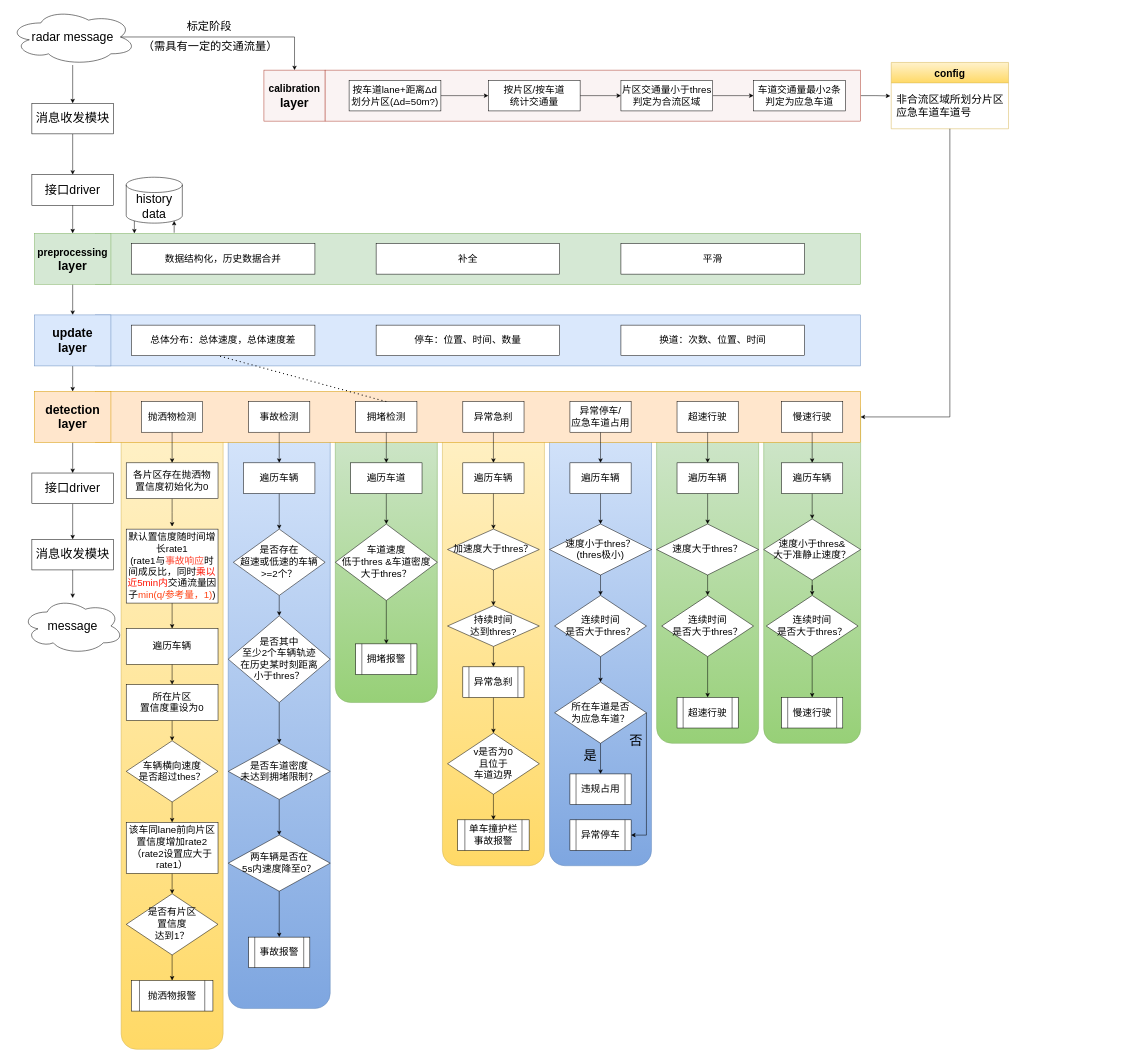
Above: page "v3.0" (1 of 2) of docs/algorithms_logic.drawio in Ruyi-Feng/spill-detection (draw.io), before the change. Source tidied: cells renumbered, new cells numbered last; positions are measured from the earlier drawing's top-left corner, leaving out a move shared by most shapes. Both pictures are drawn from the tidied source at 51%, with x=0, y=0 at pixel (9, 9).
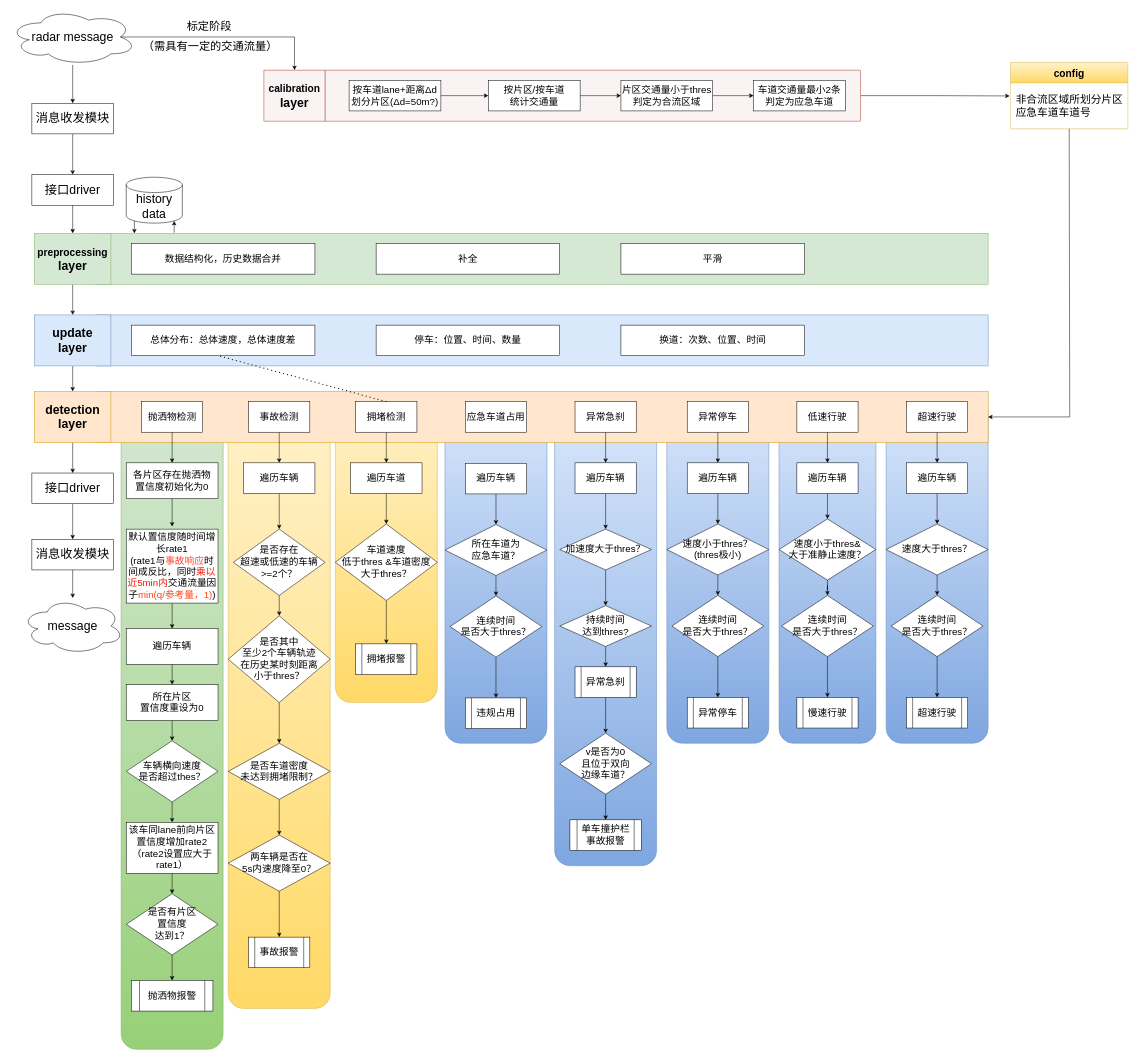
The same page after the edit.

Commit message (it also covers changes not shown here):
docs: update algorithm logic

Diff of the diagram source:
```diff
@@
+    <mxCell id="138" style="rounded=1;whiteSpace=wrap;html=1;fillColor=#dae8fc;strokeColor=#6c8ebf;gradientColor=#7ea6e0;" parent="1" vertex="1">
+      <mxGeometry x="855" y="761" width="200" height="679" as="geometry" />
+    </mxCell>
-    <mxCell id="2" style="rounded=1;whiteSpace=wrap;html=1;fillColor=#d5e8d4;strokeColor=#82b366;gradientColor=#97d077;" parent="1" vertex="1">
-      <mxGeometry x="1480" y="760" width="190" height="680" as="geometry" />
+    <mxCell id="2" style="rounded=1;whiteSpace=wrap;html=1;fillColor=#dae8fc;strokeColor=#6c8ebf;gradientColor=#7ea6e0;" parent="1" vertex="1">
+      <mxGeometry x="1510" y="760" width="190" height="680" as="geometry" />
     </mxCell>
     <mxCell id="3" style="rounded=0;whiteSpace=wrap;html=1;fontSize=24;fontStyle=1;fillColor=#dae8fc;strokeColor=#6c8ebf;" parent="1" vertex="1">
-      <mxGeometry x="170" y="600" width="1500" height="100" as="geometry" />
+      <mxGeometry x="170" y="600" width="1750" height="100" as="geometry" />
     </mxCell>
     <mxCell id="4" style="rounded=0;whiteSpace=wrap;html=1;fontSize=24;fontStyle=1;fillColor=#d5e8d4;strokeColor=#82b366;" parent="1" vertex="1">
-      <mxGeometry x="170" y="440" width="1500" height="100" as="geometry" />
+      <mxGeometry x="170" y="440" width="1750" height="100" as="geometry" />
     </mxCell>
-    <mxCell id="5" style="rounded=1;whiteSpace=wrap;html=1;fillColor=#d5e8d4;strokeColor=#82b366;gradientColor=#97d077;" parent="1" vertex="1">
-      <mxGeometry x="1270" y="760" width="200" height="680" as="geometry" />
+    <mxCell id="5" style="rounded=1;whiteSpace=wrap;html=1;fillColor=#dae8fc;strokeColor=#6c8ebf;gradientColor=#7ea6e0;" parent="1" vertex="1">
+      <mxGeometry x="1720" y="760" width="200" height="680" as="geometry" />
     </mxCell>
     <mxCell id="6" style="rounded=1;whiteSpace=wrap;html=1;fillColor=#dae8fc;strokeColor=#6c8ebf;gradientColor=#7ea6e0;" parent="1" vertex="1">
-      <mxGeometry x="1060" y="760" width="200" height="920" as="geometry" />
+      <mxGeometry x="1290" y="760" width="200" height="680" as="geometry" />
     </mxCell>
-    <mxCell id="7" style="rounded=1;whiteSpace=wrap;html=1;fillColor=#d5e8d4;strokeColor=#82b366;gradientColor=#97d077;" parent="1" vertex="1">
+    <mxCell id="7" style="rounded=1;whiteSpace=wrap;html=1;fillColor=#fff2cc;strokeColor=#d6b656;gradientColor=#ffd966;" parent="1" vertex="1">
       <mxGeometry x="640" y="760" width="200" height="600" as="geometry" />
     </mxCell>
-    <mxCell id="8" style="rounded=1;whiteSpace=wrap;html=1;fillColor=#fff2cc;strokeColor=#d6b656;gradientColor=#ffd966;" parent="1" vertex="1">
-      <mxGeometry x="850" y="760" width="200" height="920" as="geometry" />
+    <mxCell id="8" style="rounded=1;whiteSpace=wrap;html=1;fillColor=#dae8fc;strokeColor=#6c8ebf;gradientColor=#7ea6e0;" parent="1" vertex="1">
+      <mxGeometry x="1070" y="760" width="200" height="920" as="geometry" />
     </mxCell>
-    <mxCell id="9" style="rounded=1;whiteSpace=wrap;html=1;fillColor=#dae8fc;strokeColor=#6c8ebf;gradientColor=#7ea6e0;" parent="1" vertex="1">
+    <mxCell id="9" style="rounded=1;whiteSpace=wrap;html=1;fillColor=#fff2cc;strokeColor=#d6b656;gradientColor=#ffd966;" parent="1" vertex="1">
       <mxGeometry x="430" y="760" width="200" height="1200" as="geometry" />
     </mxCell>
-    <mxCell id="10" style="rounded=1;whiteSpace=wrap;html=1;fillColor=#fff2cc;strokeColor=#d6b656;gradientColor=#ffd966;" parent="1" vertex="1">
+    <mxCell id="10" style="rounded=1;whiteSpace=wrap;html=1;fillColor=#d5e8d4;strokeColor=#82b366;gradientColor=#97d077;" parent="1" vertex="1">
       <mxGeometry x="220" y="760" width="200" height="1280" as="geometry" />
     </mxCell>
     <mxCell id="11" style="rounded=0;whiteSpace=wrap;html=1;fontSize=24;fontStyle=1;fillColor=#ffe6cc;strokeColor=#d79b00;" parent="1" vertex="1">
-      <mxGeometry x="170" y="750" width="1500" height="100" as="geometry" />
+      <mxGeometry x="170" y="750" width="1750" height="100" as="geometry" />
     </mxCell>
@@
     <mxCell id="18" value="异常急刹" style="rounded=0;whiteSpace=wrap;html=1;fontSize=19;" parent="1" vertex="1">
-      <mxGeometry x="890" y="770" width="120" height="60" as="geometry" />
+      <mxGeometry x="1110" y="770" width="120" height="60" as="geometry" />
     </mxCell>
@@
-    <mxCell id="20" value="异常停车/&lt;br&gt;应急车道占用" style="rounded=0;whiteSpace=wrap;html=1;fontSize=19;" parent="1" vertex="1">
-      <mxGeometry x="1100" y="770" width="120" height="60" as="geometry" />
+    <mxCell id="20" value="异常停车" style="rounded=0;whiteSpace=wrap;html=1;fontSize=19;" parent="1" vertex="1">
+      <mxGeometry x="1330" y="770" width="120" height="60" as="geometry" />
     </mxCell>
@@
     <mxCell id="63" value="遍历车辆" style="rounded=0;whiteSpace=wrap;html=1;fontSize=19;" parent="1" vertex="1">
-      <mxGeometry x="890" y="890" width="120" height="60" as="geometry" />
+      <mxGeometry x="1110" y="890" width="120" height="60" as="geometry" />
     </mxCell>
@@
     <mxCell id="65" value="加速度大于thres？" style="rhombus;whiteSpace=wrap;html=1;fontSize=19;rounded=0;" parent="1" vertex="1">
-      <mxGeometry x="860" y="1020" width="180" height="80" as="geometry" />
+      <mxGeometry x="1080" y="1020" width="180" height="80" as="geometry" />
     </mxCell>
@@
     <mxCell id="67" value="异常急刹" style="shape=process;whiteSpace=wrap;html=1;backgroundOutline=1;fontSize=19;rounded=0;" parent="1" vertex="1">
-      <mxGeometry x="890" y="1290" width="120" height="60" as="geometry" />
+      <mxGeometry x="1110" y="1290" width="120" height="60" as="geometry" />
     </mxCell>
@@
     <mxCell id="69" value="遍历车辆" style="rounded=0;whiteSpace=wrap;html=1;fontSize=19;" parent="1" vertex="1">
-      <mxGeometry x="1100" y="890" width="120" height="60" as="geometry" />
+      <mxGeometry x="1330" y="890" width="120" height="60" as="geometry" />
     </mxCell>
@@
     <mxCell id="71" value="速度小于thres？&lt;br&gt;(thres极小)" style="rhombus;whiteSpace=wrap;html=1;fontSize=19;rounded=0;" parent="1" vertex="1">
-      <mxGeometry x="1060" y="1010" width="200" height="100" as="geometry" />
+      <mxGeometry x="1290" y="1010" width="200" height="100" as="geometry" />
     </mxCell>
-    <mxCell id="72" style="edgeStyle=orthogonalEdgeStyle;rounded=0;jettySize=auto;html=1;exitX=0.5;exitY=1;exitDx=0;exitDy=0;" parent="1" edge="1" source="101" target="75">
-      <mxGeometry relative="1" as="geometry" />
-    </mxCell>
-    <mxCell id="73" style="edgeStyle=orthogonalEdgeStyle;rounded=0;jettySize=auto;html=1;" parent="1" edge="1" source="74" target="101">
+    <mxCell id="73" style="edgeStyle=orthogonalEdgeStyle;rounded=0;jettySize=auto;html=1;entryX=0.5;entryY=0;entryDx=0;entryDy=0;" parent="1" edge="1" source="74" target="97">
       <mxGeometry relative="1" as="geometry" />
     </mxCell>
     <mxCell id="74" value="连续时间&lt;br&gt;是否大于thres？" style="rhombus;whiteSpace=wrap;html=1;fontSize=19;rounded=0;" parent="1" vertex="1">
-      <mxGeometry x="1070" y="1150" width="180" height="120" as="geometry" />
+      <mxGeometry x="1300" y="1150" width="180" height="120" as="geometry" />
     </mxCell>
-    <mxCell id="75" value="违规占用" style="shape=process;whiteSpace=wrap;html=1;backgroundOutline=1;fontSize=19;rounded=0;" parent="1" vertex="1">
-      <mxGeometry x="1100" y="1500" width="120" height="60" as="geometry" />
-    </mxCell>
@@
-    <mxCell id="90" value="v是否为0&lt;br&gt;且位于&lt;br&gt;车道边界" style="rhombus;whiteSpace=wrap;html=1;fontSize=19;rounded=0;" parent="1" vertex="1">
-      <mxGeometry x="860" y="1420" width="180" height="120" as="geometry" />
+    <mxCell id="90" value="v是否为0&lt;br&gt;且位于双向&lt;br&gt;边缘车道？" style="rhombus;whiteSpace=wrap;html=1;fontSize=19;rounded=0;" parent="1" vertex="1">
+      <mxGeometry x="1080" y="1420" width="180" height="120" as="geometry" />
     </mxCell>
     <mxCell id="91" value="单车撞护栏&lt;br&gt;事故报警" style="shape=process;whiteSpace=wrap;html=1;backgroundOutline=1;fontSize=19;rounded=0;" parent="1" vertex="1">
-      <mxGeometry x="880" y="1590" width="140" height="60" as="geometry" />
+      <mxGeometry x="1100" y="1590" width="140" height="60" as="geometry" />
     </mxCell>
@@
-    <mxCell id="96" value="&lt;font style=&quot;font-size: 26px;&quot;&gt;是&lt;/font&gt;" style="text;html=1;strokeColor=none;fillColor=none;align=center;verticalAlign=middle;whiteSpace=wrap;rounded=0;" parent="1" vertex="1">
-      <mxGeometry x="1110" y="1450" width="60" height="30" as="geometry" />
-    </mxCell>
     <mxCell id="97" value="异常停车" style="shape=process;whiteSpace=wrap;html=1;backgroundOutline=1;fontSize=19;rounded=0;" parent="1" vertex="1">
-      <mxGeometry x="1100" y="1590" width="120" height="60" as="geometry" />
+      <mxGeometry x="1330" y="1350" width="120" height="60" as="geometry" />
     </mxCell>
-    <mxCell id="98" value="&lt;font style=&quot;font-size: 26px;&quot;&gt;否&lt;/font&gt;" style="text;html=1;strokeColor=none;fillColor=none;align=center;verticalAlign=middle;whiteSpace=wrap;rounded=0;" parent="1" vertex="1">
-      <mxGeometry x="1200" y="1420" width="60" height="30" as="geometry" />
-    </mxCell>
@@
     <mxCell id="100" value="持续时间&lt;br&gt;达到thres?" style="rhombus;whiteSpace=wrap;html=1;fontSize=19;rounded=0;" parent="1" vertex="1">
-      <mxGeometry x="860" y="1170" width="180" height="80" as="geometry" />
+      <mxGeometry x="1080" y="1170" width="180" height="80" as="geometry" />
     </mxCell>
-    <mxCell id="101" value="所在车道是否&lt;br&gt;为应急车道？" style="rhombus;whiteSpace=wrap;html=1;fontSize=19;rounded=0;" parent="1" vertex="1">
-      <mxGeometry x="1070" y="1320" width="180" height="120" as="geometry" />
-    </mxCell>
-    <mxCell id="102" style="endArrow=classic;html=1;rounded=0;exitX=1;exitY=0.5;exitDx=0;exitDy=0;entryX=1;entryY=0.5;entryDx=0;entryDy=0;" parent="1" edge="1" source="101" target="97">
-      <mxGeometry relative="1" as="geometry">
-        <Array as="points">
-          <mxPoint x="1250" y="1620" />
-        </Array>
-      </mxGeometry>
-    </mxCell>
@@
     <mxCell id="104" value="超速行驶" style="rounded=0;whiteSpace=wrap;html=1;fontSize=19;" parent="1" vertex="1">
-      <mxGeometry x="1310" y="770" width="120" height="60" as="geometry" />
+      <mxGeometry x="1760" y="770" width="120" height="60" as="geometry" />
     </mxCell>
@@
     <mxCell id="106" value="遍历车辆" style="rounded=0;whiteSpace=wrap;html=1;fontSize=19;" parent="1" vertex="1">
-      <mxGeometry x="1310" y="890" width="120" height="60" as="geometry" />
+      <mxGeometry x="1760" y="890" width="120" height="60" as="geometry" />
     </mxCell>
@@
     <mxCell id="108" value="速度大于thres？" style="rhombus;whiteSpace=wrap;html=1;fontSize=19;rounded=0;" parent="1" vertex="1">
-      <mxGeometry x="1270" y="1010" width="200" height="100" as="geometry" />
+      <mxGeometry x="1720" y="1010" width="200" height="100" as="geometry" />
     </mxCell>
@@
     <mxCell id="110" value="连续时间&lt;br style=&quot;border-color: var(--border-color);&quot;&gt;是否大于thres？" style="rhombus;whiteSpace=wrap;html=1;fontSize=19;rounded=0;" parent="1" vertex="1">
-      <mxGeometry x="1280" y="1150" width="180" height="120" as="geometry" />
+      <mxGeometry x="1730" y="1150" width="180" height="120" as="geometry" />
     </mxCell>
     <mxCell id="111" value="超速行驶" style="shape=process;whiteSpace=wrap;html=1;backgroundOutline=1;fontSize=19;rounded=0;" parent="1" vertex="1">
-      <mxGeometry x="1310" y="1350" width="120" height="60" as="geometry" />
+      <mxGeometry x="1760" y="1350" width="120" height="60" as="geometry" />
     </mxCell>
@@
     <mxCell id="126" value="&lt;font style=&quot;font-size: 20px;&quot;&gt;config&lt;/font&gt;" style="swimlane;whiteSpace=wrap;html=1;startSize=40;fillColor=#fff2cc;gradientColor=#ffd966;strokeColor=#d6b656;" parent="1" vertex="1">
-      <mxGeometry x="1730" y="105" width="230" height="130" as="geometry" />
+      <mxGeometry x="1964" y="105" width="230" height="130" as="geometry" />
     </mxCell>
@@
     <mxCell id="128" style="endArrow=classic;html=1;rounded=0;exitX=0.5;exitY=1;exitDx=0;exitDy=0;entryX=1;entryY=0.5;entryDx=0;entryDy=0;" parent="1" edge="1" source="126" target="11">
       <mxGeometry relative="1" as="geometry">
         <Array as="points">
-          <mxPoint x="1845" y="800" />
+          <mxPoint x="2080" y="800" />
         </Array>
       </mxGeometry>
     </mxCell>
@@
-    <mxCell id="130" value="慢速行驶" style="rounded=0;whiteSpace=wrap;html=1;fontSize=19;" parent="1" vertex="1">
-      <mxGeometry x="1515" y="770" width="120" height="60" as="geometry" />
+    <mxCell id="130" value="低速行驶" style="rounded=0;whiteSpace=wrap;html=1;fontSize=19;" parent="1" vertex="1">
+      <mxGeometry x="1545" y="770" width="120" height="60" as="geometry" />
     </mxCell>
@@
     <mxCell id="132" value="遍历车辆" style="rounded=0;whiteSpace=wrap;html=1;fontSize=19;" parent="1" vertex="1">
-      <mxGeometry x="1515" y="890" width="120" height="60" as="geometry" />
+      <mxGeometry x="1545" y="890" width="120" height="60" as="geometry" />
     </mxCell>
@@
     <mxCell id="134" value="速度小于thres&amp;amp;&lt;br&gt;大于准静止速度？" style="rhombus;whiteSpace=wrap;html=1;fontSize=19;rounded=0;" parent="1" vertex="1">
-      <mxGeometry x="1480" y="1000" width="190" height="120" as="geometry" />
+      <mxGeometry x="1510" y="1000" width="190" height="120" as="geometry" />
     </mxCell>
@@
     <mxCell id="136" value="连续时间&lt;br style=&quot;border-color: var(--border-color);&quot;&gt;是否大于thres？" style="rhombus;whiteSpace=wrap;html=1;fontSize=19;rounded=0;" parent="1" vertex="1">
-      <mxGeometry x="1485" y="1150" width="180" height="120" as="geometry" />
+      <mxGeometry x="1515" y="1150" width="180" height="120" as="geometry" />
     </mxCell>
     <mxCell id="137" value="慢速行驶" style="shape=process;whiteSpace=wrap;html=1;backgroundOutline=1;fontSize=19;rounded=0;" parent="1" vertex="1">
-      <mxGeometry x="1515" y="1350" width="120" height="60" as="geometry" />
+      <mxGeometry x="1545" y="1350" width="120" height="60" as="geometry" />
     </mxCell>
+    <mxCell id="139" value="应急车道占用" style="rounded=0;whiteSpace=wrap;html=1;fontSize=19;" parent="1" vertex="1">
+      <mxGeometry x="895" y="770" width="120" height="60" as="geometry" />
+    </mxCell>
+    <mxCell id="140" style="edgeStyle=orthogonalEdgeStyle;rounded=0;jettySize=auto;html=1;" parent="1" edge="1" source="141" target="143">
+      <mxGeometry relative="1" as="geometry" />
+    </mxCell>
+    <mxCell id="141" value="遍历车辆" style="rounded=0;whiteSpace=wrap;html=1;fontSize=19;" parent="1" vertex="1">
+      <mxGeometry x="895" y="891" width="120" height="60" as="geometry" />
+    </mxCell>
+    <mxCell id="142" style="edgeStyle=orthogonalEdgeStyle;rounded=0;jettySize=auto;html=1;" parent="1" edge="1" source="143" target="145">
+      <mxGeometry relative="1" as="geometry" />
+    </mxCell>
+    <mxCell id="143" value="所在车道为&lt;br&gt;应急车道？" style="rhombus;whiteSpace=wrap;html=1;fontSize=19;rounded=0;" parent="1" vertex="1">
+      <mxGeometry x="855" y="1011" width="200" height="100" as="geometry" />
+    </mxCell>
+    <mxCell id="144" style="edgeStyle=orthogonalEdgeStyle;rounded=0;jettySize=auto;html=1;entryX=0.5;entryY=0;entryDx=0;entryDy=0;" parent="1" edge="1" source="145" target="75">
+      <mxGeometry relative="1" as="geometry" />
+    </mxCell>
+    <mxCell id="145" value="连续时间&lt;br&gt;是否大于thres？" style="rhombus;whiteSpace=wrap;html=1;fontSize=19;rounded=0;" parent="1" vertex="1">
+      <mxGeometry x="865" y="1151" width="180" height="120" as="geometry" />
+    </mxCell>
+    <mxCell id="75" value="违规占用" style="shape=process;whiteSpace=wrap;html=1;backgroundOutline=1;fontSize=19;rounded=0;" parent="1" vertex="1">
+      <mxGeometry x="895" y="1351" width="120" height="60" as="geometry" />
+    </mxCell>
```
